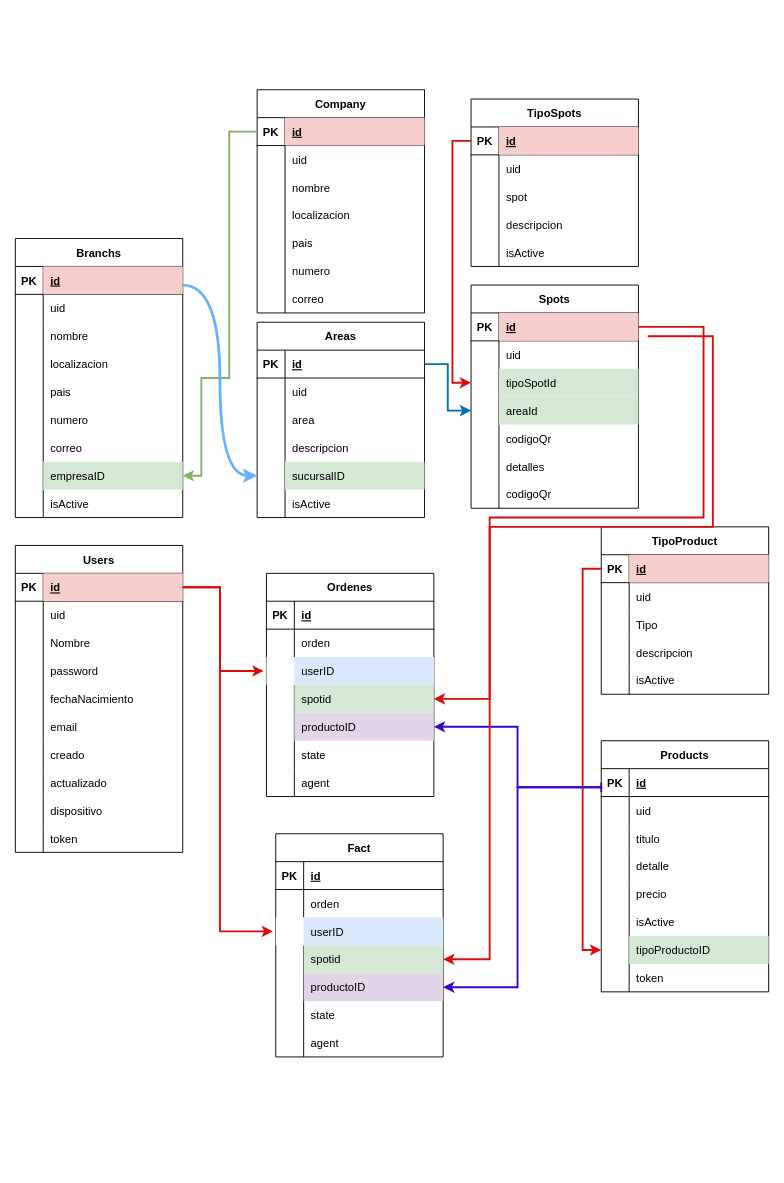
Before: mimoso.drawio in jsgsoftwares/mimoso, a draw.io diagram. Source tidied: cells renumbered, new cells numbered last; positions are measured from the earlier drawing's top-left corner, leaving out a move shared by most shapes. Both pictures are drawn from the tidied source at 93%, with x=0, y=0 at pixel (15, 89).
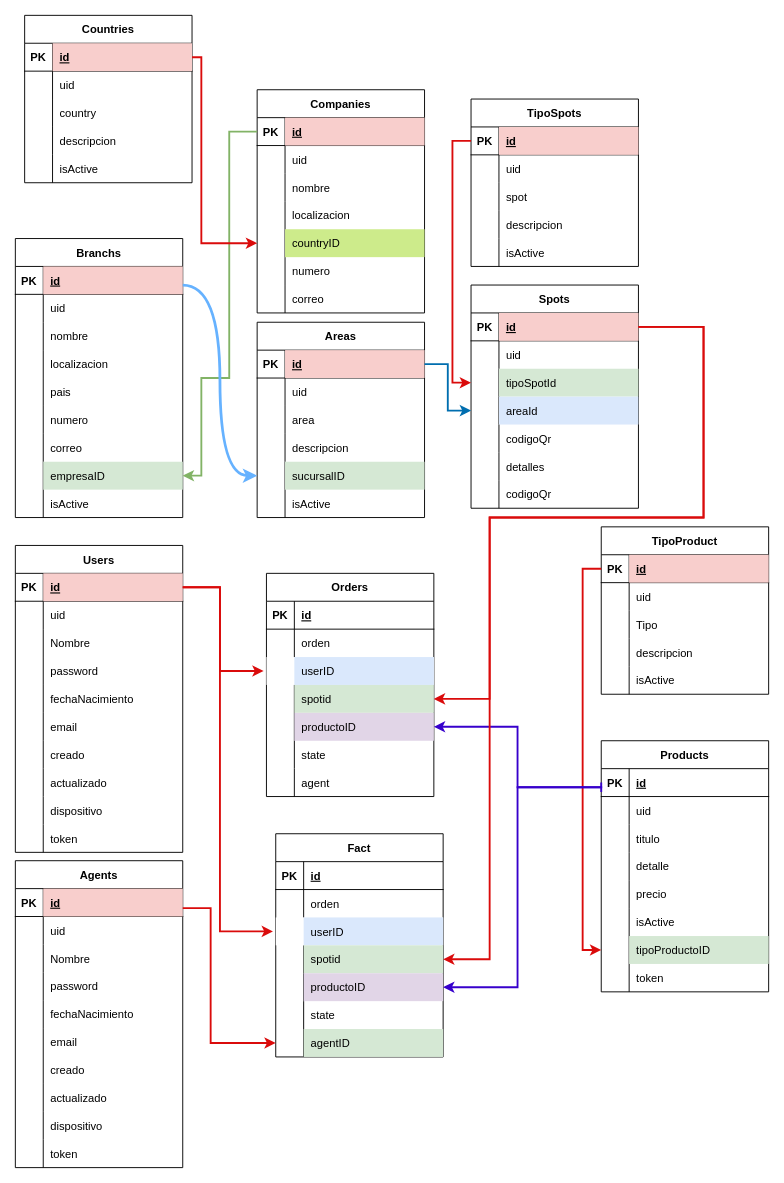
Above is the later version.

Unchanged cells that the change refers to:
```xml
<mxCell id="15" style="shape=tableRow;horizontal=0;startSize=0;swimlaneHead=0;swimlaneBody=0;fillColor=none;points=[[0,0.5],[1,0.5]];portConstraint=eastwest;top=0;left=0;right=0;bottom=0;" parent="2" vertex="1">
  <mxGeometry y="150" width="180" height="30" as="geometry" />
</mxCell>
<mxCell id="54" style="shape=tableRow;horizontal=0;startSize=0;swimlaneHead=0;swimlaneBody=0;fillColor=none;points=[[0,0.5],[1,0.5]];portConstraint=eastwest;top=0;left=0;right=0;bottom=1;" parent="53" vertex="1">
  <mxGeometry y="30" width="180" height="30" as="geometry" />
</mxCell>
<mxCell id="90" style="shape=tableRow;horizontal=0;startSize=0;swimlaneHead=0;swimlaneBody=0;fillColor=none;points=[[0,0.5],[1,0.5]];portConstraint=eastwest;top=0;left=0;right=0;bottom=1;" parent="89" vertex="1">
  <mxGeometry y="30" width="180" height="30" as="geometry" />
</mxCell>
<mxCell id="99" style="shape=tableRow;horizontal=0;startSize=0;swimlaneHead=0;swimlaneBody=0;fillColor=none;points=[[0,0.5],[1,0.5]];portConstraint=eastwest;top=0;left=0;right=0;bottom=0;" parent="89" vertex="1">
  <mxGeometry y="120" width="180" height="30" as="geometry" />
</mxCell>
<mxCell id="221" style="shape=tableRow;horizontal=0;startSize=0;swimlaneHead=0;swimlaneBody=0;fillColor=none;points=[[0,0.5],[1,0.5]];portConstraint=eastwest;top=0;left=0;right=0;bottom=0;" parent="211" vertex="1">
  <mxGeometry y="120" width="180" height="30" as="geometry" />
</mxCell>
<mxCell id="230" style="shape=tableRow;horizontal=0;startSize=0;swimlaneHead=0;swimlaneBody=0;fillColor=none;points=[[0,0.5],[1,0.5]];portConstraint=eastwest;top=0;left=0;right=0;bottom=0;" parent="211" vertex="1">
  <mxGeometry y="210" width="180" height="30" as="geometry" />
</mxCell>
```

The edit, as a diff of the source:
```diff
@@
-    <mxCell id="2" value="Company" style="shape=table;startSize=30;childLayout=tableLayout;rowLines=0;fontStyle=1;align=center;" parent="1" vertex="1">
+    <mxCell id="2" value="Companies" style="shape=table;startSize=30;childLayout=tableLayout;rowLines=0;fontStyle=1;align=center;" parent="1" vertex="1">
       <mxGeometry x="260" width="180" height="240" as="geometry" />
     </mxCell>
@@
-    <mxCell id="17" value="pais" style="shape=partialRectangle;fillColor=none;top=0;left=0;bottom=0;right=0;align=left;spacingLeft=6;overflow=hidden;" parent="15" vertex="1">
+    <mxCell id="17" value="countryID" style="shape=partialRectangle;fillColor=#cdeb8b;top=0;left=0;bottom=0;right=0;align=left;spacingLeft=6;overflow=hidden;strokeColor=#36393d;" parent="15" vertex="1">
       <mxGeometry x="30" width="150" height="30" as="geometry" />
     </mxCell>
@@
-    <mxCell id="56" value="id" style="shape=partialRectangle;fillColor=none;top=0;left=0;bottom=0;right=0;align=left;spacingLeft=6;fontStyle=5;overflow=hidden;" parent="54" vertex="1">
+    <mxCell id="56" value="id" style="shape=partialRectangle;fillColor=#f8cecc;top=0;left=0;bottom=0;right=0;align=left;spacingLeft=6;fontStyle=5;overflow=hidden;strokeColor=#b85450;" parent="54" vertex="1">
       <mxGeometry x="30" width="150" height="30" as="geometry" />
     </mxCell>
@@
-    <mxCell id="101" value="areaId" style="shape=partialRectangle;fillColor=#d5e8d4;top=0;left=0;bottom=0;right=0;align=left;spacingLeft=6;overflow=hidden;strokeColor=#82b366;" parent="99" vertex="1">
+    <mxCell id="101" value="areaId" style="shape=partialRectangle;fillColor=#dae8fc;top=0;left=0;bottom=0;right=0;align=left;spacingLeft=6;overflow=hidden;strokeColor=#6c8ebf;" parent="99" vertex="1">
       <mxGeometry x="30" width="150" height="30" as="geometry" />
     </mxCell>
@@
-    <mxCell id="184" value="Ordenes" style="shape=table;startSize=30;childLayout=tableLayout;rowLines=0;fontStyle=1;align=center;labelBorderColor=none;" parent="1" vertex="1">
+    <mxCell id="184" value="Orders" style="shape=table;startSize=30;childLayout=tableLayout;rowLines=0;fontStyle=1;align=center;labelBorderColor=none;" parent="1" vertex="1">
       <mxGeometry x="270" y="520" width="180" height="240" as="geometry" />
     </mxCell>
@@
-    <mxCell id="232" value="agent" style="shape=partialRectangle;fillColor=none;top=0;left=0;bottom=0;right=0;align=left;spacingLeft=6;overflow=hidden;" parent="230" vertex="1">
+    <mxCell id="232" value="agentID" style="shape=partialRectangle;fillColor=#d5e8d4;top=0;left=0;bottom=0;right=0;align=left;spacingLeft=6;overflow=hidden;strokeColor=#82b366;" parent="230" vertex="1">
       <mxGeometry x="30" width="150" height="30" as="geometry" />
     </mxCell>
@@
-    <mxCell id="234" style="edgeStyle=orthogonalEdgeStyle;rounded=0;jettySize=auto;html=1;strokeColor=#da0b0b;strokeWidth=2;entryX=1;entryY=0.5;entryDx=0;entryDy=0;" parent="1" edge="1" target="221">
+    <mxCell id="234" style="edgeStyle=orthogonalEdgeStyle;rounded=0;jettySize=auto;html=1;strokeColor=#da0b0b;strokeWidth=2;entryX=1;entryY=0.5;entryDx=0;entryDy=0;exitX=1;exitY=0.5;exitDx=0;exitDy=0;" parent="1" edge="1" source="90" target="221">
       <mxGeometry relative="1" as="geometry">
-        <mxPoint x="680" y="265" as="sourcePoint" />
         <Array as="points">
-          <mxPoint x="750" y="265" />
-          <mxPoint x="750" y="470" />
-          <mxPoint x="510" y="470" />
+          <mxPoint x="740" y="255" />
+          <mxPoint x="740" y="460" />
+          <mxPoint x="510" y="460" />
           <mxPoint x="510" y="935" />
         </Array>
       </mxGeometry>
     </mxCell>
@@
+    <mxCell id="236" value="Agents" style="shape=table;startSize=30;childLayout=tableLayout;rowLines=0;fontStyle=1;align=center;" parent="1" vertex="1">
+      <mxGeometry y="829" width="180" height="330" as="geometry" />
+    </mxCell>
+    <mxCell id="237" style="shape=tableRow;horizontal=0;startSize=0;swimlaneHead=0;swimlaneBody=0;fillColor=none;points=[[0,0.5],[1,0.5]];portConstraint=eastwest;top=0;left=0;right=0;bottom=1;" parent="236" vertex="1">
+      <mxGeometry y="30" width="180" height="30" as="geometry" />
+    </mxCell>
+    <mxCell id="238" value="PK" style="shape=partialRectangle;fillColor=none;top=0;left=0;bottom=0;right=0;fontStyle=1;overflow=hidden;" parent="237" vertex="1">
+      <mxGeometry width="30" height="30" as="geometry" />
+    </mxCell>
+    <mxCell id="239" value="id" style="shape=partialRectangle;fillColor=#f8cecc;top=0;left=0;bottom=0;right=0;align=left;spacingLeft=6;fontStyle=5;overflow=hidden;strokeColor=#b85450;" parent="237" vertex="1">
+      <mxGeometry x="30" width="150" height="30" as="geometry" />
+    </mxCell>
+    <mxCell id="240" style="shape=tableRow;horizontal=0;startSize=0;swimlaneHead=0;swimlaneBody=0;fillColor=none;top=0;left=0;right=0;bottom=0;" parent="236" vertex="1">
+      <mxGeometry y="60" width="180" height="30" as="geometry" />
+    </mxCell>
+    <mxCell id="241" style="shape=partialRectangle;fillColor=none;top=0;left=0;bottom=0;right=0;overflow=hidden;" parent="240" vertex="1">
+      <mxGeometry width="30" height="30" as="geometry" />
+    </mxCell>
+    <mxCell id="242" value="uid" style="shape=partialRectangle;fillColor=none;top=0;left=0;bottom=0;right=0;align=left;spacingLeft=6;overflow=hidden;" parent="240" vertex="1">
+      <mxGeometry x="30" width="150" height="30" as="geometry" />
+    </mxCell>
+    <mxCell id="243" style="shape=tableRow;horizontal=0;startSize=0;swimlaneHead=0;swimlaneBody=0;fillColor=none;top=0;left=0;right=0;bottom=0;" parent="236" vertex="1">
+      <mxGeometry y="90" width="180" height="30" as="geometry" />
+    </mxCell>
+    <mxCell id="244" style="shape=partialRectangle;fillColor=none;top=0;left=0;bottom=0;right=0;overflow=hidden;" parent="243" vertex="1">
+      <mxGeometry width="30" height="30" as="geometry" />
+    </mxCell>
+    <mxCell id="245" value="Nombre" style="shape=partialRectangle;top=0;left=0;bottom=0;right=0;align=left;spacingLeft=6;overflow=hidden;fillColor=none;" parent="243" vertex="1">
+      <mxGeometry x="30" width="150" height="30" as="geometry" />
+    </mxCell>
+    <mxCell id="246" style="shape=tableRow;horizontal=0;startSize=0;swimlaneHead=0;swimlaneBody=0;fillColor=none;top=0;left=0;right=0;bottom=0;" parent="236" vertex="1">
+      <mxGeometry y="120" width="180" height="30" as="geometry" />
+    </mxCell>
+    <mxCell id="247" style="shape=partialRectangle;fillColor=none;top=0;left=0;bottom=0;right=0;overflow=hidden;" parent="246" vertex="1">
+      <mxGeometry width="30" height="30" as="geometry" />
+    </mxCell>
+    <mxCell id="248" value="password" style="shape=partialRectangle;top=0;left=0;bottom=0;right=0;align=left;spacingLeft=6;overflow=hidden;fillColor=none;" parent="246" vertex="1">
+      <mxGeometry x="30" width="150" height="30" as="geometry" />
+    </mxCell>
+    <mxCell id="249" style="shape=tableRow;horizontal=0;startSize=0;swimlaneHead=0;swimlaneBody=0;fillColor=none;top=0;left=0;right=0;bottom=0;" parent="236" vertex="1">
+      <mxGeometry y="150" width="180" height="30" as="geometry" />
+    </mxCell>
+    <mxCell id="250" style="shape=partialRectangle;fillColor=none;top=0;left=0;bottom=0;right=0;overflow=hidden;" parent="249" vertex="1">
+      <mxGeometry width="30" height="30" as="geometry" />
+    </mxCell>
+    <mxCell id="251" value="fechaNacimiento" style="shape=partialRectangle;fillColor=none;top=0;left=0;bottom=0;right=0;align=left;spacingLeft=6;overflow=hidden;" parent="249" vertex="1">
+      <mxGeometry x="30" width="150" height="30" as="geometry" />
+    </mxCell>
+    <mxCell id="252" style="shape=tableRow;horizontal=0;startSize=0;swimlaneHead=0;swimlaneBody=0;fillColor=none;top=0;left=0;right=0;bottom=0;" parent="236" vertex="1">
+      <mxGeometry y="180" width="180" height="30" as="geometry" />
+    </mxCell>
+    <mxCell id="253" style="shape=partialRectangle;fillColor=none;top=0;left=0;bottom=0;right=0;overflow=hidden;" parent="252" vertex="1">
+      <mxGeometry width="30" height="30" as="geometry" />
+    </mxCell>
+    <mxCell id="254" value="email" style="shape=partialRectangle;fillColor=none;top=0;left=0;bottom=0;right=0;align=left;spacingLeft=6;overflow=hidden;" parent="252" vertex="1">
+      <mxGeometry x="30" width="150" height="30" as="geometry" />
+    </mxCell>
+    <mxCell id="255" style="shape=tableRow;horizontal=0;startSize=0;swimlaneHead=0;swimlaneBody=0;fillColor=none;top=0;left=0;right=0;bottom=0;" parent="236" vertex="1">
+      <mxGeometry y="210" width="180" height="30" as="geometry" />
+    </mxCell>
+    <mxCell id="256" style="shape=partialRectangle;fillColor=none;top=0;left=0;bottom=0;right=0;overflow=hidden;" parent="255" vertex="1">
+      <mxGeometry width="30" height="30" as="geometry" />
+    </mxCell>
+    <mxCell id="257" value="creado" style="shape=partialRectangle;fillColor=none;top=0;left=0;bottom=0;right=0;align=left;spacingLeft=6;overflow=hidden;" parent="255" vertex="1">
+      <mxGeometry x="30" width="150" height="30" as="geometry" />
+    </mxCell>
+    <mxCell id="258" style="shape=tableRow;horizontal=0;startSize=0;swimlaneHead=0;swimlaneBody=0;fillColor=none;top=0;left=0;right=0;bottom=0;" parent="236" vertex="1">
+      <mxGeometry y="240" width="180" height="30" as="geometry" />
+    </mxCell>
+    <mxCell id="259" style="shape=partialRectangle;fillColor=none;top=0;left=0;bottom=0;right=0;overflow=hidden;" parent="258" vertex="1">
+      <mxGeometry width="30" height="30" as="geometry" />
+    </mxCell>
+    <mxCell id="260" value="actualizado" style="shape=partialRectangle;fillColor=none;top=0;left=0;bottom=0;right=0;align=left;spacingLeft=6;overflow=hidden;" parent="258" vertex="1">
+      <mxGeometry x="30" width="150" height="30" as="geometry" />
+    </mxCell>
+    <mxCell id="261" style="shape=tableRow;horizontal=0;startSize=0;swimlaneHead=0;swimlaneBody=0;fillColor=none;top=0;left=0;right=0;bottom=0;" parent="236" vertex="1">
+      <mxGeometry y="270" width="180" height="30" as="geometry" />
+    </mxCell>
+    <mxCell id="262" style="shape=partialRectangle;fillColor=none;top=0;left=0;bottom=0;right=0;overflow=hidden;" parent="261" vertex="1">
+      <mxGeometry width="30" height="30" as="geometry" />
+    </mxCell>
+    <mxCell id="263" value="dispositivo" style="shape=partialRectangle;fillColor=none;top=0;left=0;bottom=0;right=0;align=left;spacingLeft=6;overflow=hidden;" parent="261" vertex="1">
+      <mxGeometry x="30" width="150" height="30" as="geometry" />
+    </mxCell>
+    <mxCell id="264" style="shape=tableRow;horizontal=0;startSize=0;swimlaneHead=0;swimlaneBody=0;fillColor=none;top=0;left=0;right=0;bottom=0;" parent="236" vertex="1">
+      <mxGeometry y="300" width="180" height="30" as="geometry" />
+    </mxCell>
+    <mxCell id="265" style="shape=partialRectangle;fillColor=none;top=0;left=0;bottom=0;right=0;overflow=hidden;" parent="264" vertex="1">
+      <mxGeometry width="30" height="30" as="geometry" />
+    </mxCell>
+    <mxCell id="266" value="token" style="shape=partialRectangle;fillColor=none;top=0;left=0;bottom=0;right=0;align=left;spacingLeft=6;overflow=hidden;" parent="264" vertex="1">
+      <mxGeometry x="30" width="150" height="30" as="geometry" />
+    </mxCell>
+    <mxCell id="267" style="edgeStyle=orthogonalEdgeStyle;rounded=0;jettySize=auto;html=1;strokeColor=#da0b0b;strokeWidth=2;" parent="1" edge="1" source="237" target="230">
+      <mxGeometry x="-0.18" y="-30" relative="1" as="geometry">
+        <Array as="points">
+          <mxPoint x="210" y="880" />
+          <mxPoint x="210" y="1025" />
+        </Array>
+      </mxGeometry>
+    </mxCell>
+    <mxCell id="268" value="Countries" style="shape=table;startSize=30;childLayout=tableLayout;rowLines=0;fontStyle=1;align=center;" parent="1" vertex="1">
+      <mxGeometry x="10" y="-80" width="180" height="180" as="geometry" />
+    </mxCell>
+    <mxCell id="269" style="shape=tableRow;horizontal=0;startSize=0;swimlaneHead=0;swimlaneBody=0;fillColor=none;points=[[0,0.5],[1,0.5]];portConstraint=eastwest;top=0;left=0;right=0;bottom=1;" parent="268" vertex="1">
+      <mxGeometry y="30" width="180" height="30" as="geometry" />
+    </mxCell>
+    <mxCell id="270" value="PK" style="shape=partialRectangle;fillColor=none;top=0;left=0;bottom=0;right=0;fontStyle=1;overflow=hidden;" parent="269" vertex="1">
+      <mxGeometry width="30" height="30" as="geometry" />
+    </mxCell>
+    <mxCell id="271" value="id" style="shape=partialRectangle;fillColor=#f8cecc;top=0;left=0;bottom=0;right=0;align=left;spacingLeft=6;fontStyle=5;overflow=hidden;strokeColor=#b85450;" parent="269" vertex="1">
+      <mxGeometry x="30" width="150" height="30" as="geometry" />
+    </mxCell>
+    <mxCell id="272" style="shape=tableRow;horizontal=0;startSize=0;swimlaneHead=0;swimlaneBody=0;fillColor=none;top=0;left=0;right=0;bottom=0;" parent="268" vertex="1">
+      <mxGeometry y="60" width="180" height="30" as="geometry" />
+    </mxCell>
+    <mxCell id="273" style="shape=partialRectangle;fillColor=none;top=0;left=0;bottom=0;right=0;overflow=hidden;" parent="272" vertex="1">
+      <mxGeometry width="30" height="30" as="geometry" />
+    </mxCell>
+    <mxCell id="274" value="uid" style="shape=partialRectangle;fillColor=none;top=0;left=0;bottom=0;right=0;align=left;spacingLeft=6;overflow=hidden;" parent="272" vertex="1">
+      <mxGeometry x="30" width="150" height="30" as="geometry" />
+    </mxCell>
+    <mxCell id="275" style="shape=tableRow;horizontal=0;startSize=0;swimlaneHead=0;swimlaneBody=0;fillColor=none;top=0;left=0;right=0;bottom=0;" parent="268" vertex="1">
+      <mxGeometry y="90" width="180" height="30" as="geometry" />
+    </mxCell>
+    <mxCell id="276" style="shape=partialRectangle;fillColor=none;top=0;left=0;bottom=0;right=0;overflow=hidden;" parent="275" vertex="1">
+      <mxGeometry width="30" height="30" as="geometry" />
+    </mxCell>
+    <mxCell id="277" value="country" style="shape=partialRectangle;fillColor=none;top=0;left=0;bottom=0;right=0;align=left;spacingLeft=6;overflow=hidden;" parent="275" vertex="1">
+      <mxGeometry x="30" width="150" height="30" as="geometry" />
+    </mxCell>
+    <mxCell id="278" style="shape=tableRow;horizontal=0;startSize=0;swimlaneHead=0;swimlaneBody=0;fillColor=none;top=0;left=0;right=0;bottom=0;" parent="268" vertex="1">
+      <mxGeometry y="120" width="180" height="30" as="geometry" />
+    </mxCell>
+    <mxCell id="279" style="shape=partialRectangle;fillColor=none;top=0;left=0;bottom=0;right=0;overflow=hidden;" parent="278" vertex="1">
+      <mxGeometry width="30" height="30" as="geometry" />
+    </mxCell>
+    <mxCell id="280" value="descripcion" style="shape=partialRectangle;fillColor=none;top=0;left=0;bottom=0;right=0;align=left;spacingLeft=6;overflow=hidden;" parent="278" vertex="1">
+      <mxGeometry x="30" width="150" height="30" as="geometry" />
+    </mxCell>
+    <mxCell id="281" style="shape=tableRow;horizontal=0;startSize=0;swimlaneHead=0;swimlaneBody=0;fillColor=none;top=0;left=0;right=0;bottom=0;" parent="268" vertex="1">
+      <mxGeometry y="150" width="180" height="30" as="geometry" />
+    </mxCell>
+    <mxCell id="282" style="shape=partialRectangle;fillColor=none;top=0;left=0;bottom=0;right=0;overflow=hidden;" parent="281" vertex="1">
+      <mxGeometry width="30" height="30" as="geometry" />
+    </mxCell>
+    <mxCell id="283" value="isActive" style="shape=partialRectangle;fillColor=none;top=0;left=0;bottom=0;right=0;align=left;spacingLeft=6;overflow=hidden;" parent="281" vertex="1">
+      <mxGeometry x="30" width="150" height="30" as="geometry" />
+    </mxCell>
+    <mxCell id="284" style="edgeStyle=orthogonalEdgeStyle;rounded=0;jettySize=auto;html=1;strokeColor=#da0b0b;strokeWidth=2;" parent="1" edge="1" source="269" target="15">
+      <mxGeometry relative="1" as="geometry">
+        <Array as="points">
+          <mxPoint x="200" y="-35" />
+          <mxPoint x="200" y="165" />
+        </Array>
+      </mxGeometry>
+    </mxCell>
```
